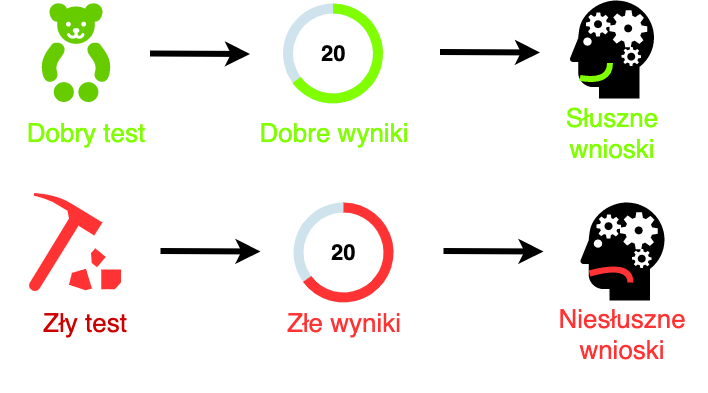
This is img/zletesty.png from odmina/psychometria, a draw.io export, as it was before one commit. Source tidied: cells renumbered, new cells last; positions are measured from the earlier drawing's top-left corner, leaving out a move shared by most shapes. The source it was exported from:
```xml
<mxGraphModel>
  <root>
    <mxCell id="0" />
    <mxCell id="1" parent="0" />
    <mxCell id="2" style="group;" parent="1" vertex="1">
      <mxGeometry x="74.5" y="2.5" width="630" height="239.5" as="geometry" />
    </mxCell>
    <mxCell id="3" style="shape=mxgraph.signs.animals.teddy_bear;html=1;fillColor=#66CC00;strokeColor=none;verticalLabelPosition=bottom;verticalAlign=top;align=center;fontSize=26;fontColor=#CC0000;" parent="2" vertex="1">
      <mxGeometry x="-33.5" width="69" height="99" as="geometry" />
    </mxCell>
    <mxCell id="4" style="group;" parent="2" vertex="1">
      <mxGeometry x="158" y="0.5" width="200" height="190" as="geometry" />
    </mxCell>
    <mxCell id="5" style="verticalLabelPosition=bottom;verticalAlign=top;html=1;shape=mxgraph.basic.donut;dx=10;strokeColor=none;fillColor=#10739E;fontSize=10;fontColor=#000000;align=center;fillOpacity=20;" parent="4" vertex="1">
      <mxGeometry x="50" width="100" height="100" as="geometry" />
    </mxCell>
    <mxCell id="6" value="20" style="verticalLabelPosition=middle;verticalAlign=middle;html=1;shape=mxgraph.basic.partConcEllipse;startAngle=0;endAngle=0.65;arcWidth=0.2;strokeColor=none;fillColor=#80FF00;fontSize=22;fontColor=#000000;align=center;fontStyle=1;" parent="5" vertex="1">
      <mxGeometry width="100" height="100" as="geometry" />
    </mxCell>
    <mxCell id="7" value="Dobre wyniki" style="text;html=1;strokeColor=none;fillColor=none;align=center;verticalAlign=middle;whiteSpace=wrap;rounded=0;fontSize=26;fontColor=#80FF00;" parent="4" vertex="1">
      <mxGeometry x="15" y="119.5" width="170" height="20" as="geometry" />
    </mxCell>
    <mxCell id="8" style="shape=mxgraph.signs.healthcare.mental_health;html=1;fillColor=#000000;strokeColor=none;verticalLabelPosition=bottom;verticalAlign=top;align=center;" parent="2" vertex="1">
      <mxGeometry x="495" y="-2.5" width="84" height="98" as="geometry" />
    </mxCell>
    <mxCell id="9" style="curved=1;endArrow=none;html=1;strokeWidth=6;fillColor=#67AB9F;fontSize=26;fontColor=#FF3333;endFill=0;strokeColor=#80FF00;" parent="2" edge="1">
      <mxGeometry relative="1" as="geometry">
        <mxPoint x="505" y="75" as="sourcePoint" />
        <mxPoint x="535" y="60" as="targetPoint" />
        <Array as="points">
          <mxPoint x="535" y="80" />
        </Array>
      </mxGeometry>
    </mxCell>
    <mxCell id="10" style="endArrow=classic;html=1;strokeColor=#000000;strokeWidth=6;fillColor=#67AB9F;fontSize=26;fontColor=#FF3333;" parent="2" edge="1">
      <mxGeometry relative="1" as="geometry">
        <mxPoint x="75" y="50.5" as="sourcePoint" />
        <mxPoint x="175" y="51" as="targetPoint" />
      </mxGeometry>
    </mxCell>
    <mxCell id="11" style="endArrow=classic;html=1;strokeColor=#000000;strokeWidth=6;fillColor=#67AB9F;fontSize=26;fontColor=#FF3333;" parent="2" edge="1">
      <mxGeometry relative="1" as="geometry">
        <mxPoint x="365" y="49" as="sourcePoint" />
        <mxPoint x="465" y="49.5" as="targetPoint" />
      </mxGeometry>
    </mxCell>
    <mxCell id="12" value="Słuszne wnioski" style="text;html=1;strokeColor=none;fillColor=none;align=center;verticalAlign=middle;whiteSpace=wrap;rounded=0;fontSize=26;fontColor=#80FF00;" parent="2" vertex="1">
      <mxGeometry x="452" y="120" width="170" height="20" as="geometry" />
    </mxCell>
    <mxCell id="13" value="Zły test" style="text;html=1;strokeColor=none;fillColor=none;align=center;verticalAlign=middle;whiteSpace=wrap;rounded=0;fontSize=26;fontColor=#CC0000;" parent="1" vertex="1">
      <mxGeometry y="312" width="170" height="20" as="geometry" />
    </mxCell>
    <mxCell id="14" style="shape=mxgraph.signs.sports.rock_collection;html=1;fillColor=#FF3333;strokeColor=none;verticalLabelPosition=bottom;verticalAlign=top;align=center;fontSize=26;fontColor=#CC0000;" parent="1" vertex="1">
      <mxGeometry x="28.5" y="192.5" width="92" height="98" as="geometry" />
    </mxCell>
    <mxCell id="15" value="Dobry test" style="text;html=1;strokeColor=none;fillColor=none;align=center;verticalAlign=middle;whiteSpace=wrap;rounded=0;fontSize=26;fontColor=#80FF00;" parent="1" vertex="1">
      <mxGeometry y="122" width="170" height="20" as="geometry" />
    </mxCell>
    <mxCell id="16" style="group;" parent="1" vertex="1">
      <mxGeometry x="243" y="202" width="200" height="190" as="geometry" />
    </mxCell>
    <mxCell id="17" style="verticalLabelPosition=bottom;verticalAlign=top;html=1;shape=mxgraph.basic.donut;dx=10;strokeColor=none;fillColor=#10739E;fontSize=10;fontColor=#000000;align=center;fillOpacity=20;" parent="16" vertex="1">
      <mxGeometry x="50" width="100" height="100" as="geometry" />
    </mxCell>
    <mxCell id="18" value="20" style="verticalLabelPosition=middle;verticalAlign=middle;html=1;shape=mxgraph.basic.partConcEllipse;startAngle=0;endAngle=0.65;arcWidth=0.2;strokeColor=none;fillColor=#FF3333;fontSize=22;fontColor=#000000;align=center;fontStyle=1;" parent="17" vertex="1">
      <mxGeometry width="100" height="100" as="geometry" />
    </mxCell>
    <mxCell id="19" value="Złe wyniki" style="text;html=1;strokeColor=none;fillColor=none;align=center;verticalAlign=middle;whiteSpace=wrap;rounded=0;fontSize=26;fontColor=#FF3333;" parent="16" vertex="1">
      <mxGeometry x="15" y="110" width="170" height="20" as="geometry" />
    </mxCell>
    <mxCell id="20" style="shape=mxgraph.signs.healthcare.mental_health;html=1;fillColor=#000000;strokeColor=none;verticalLabelPosition=bottom;verticalAlign=top;align=center;" parent="1" vertex="1">
      <mxGeometry x="580" y="202" width="84" height="98" as="geometry" />
    </mxCell>
    <mxCell id="21" style="curved=1;endArrow=none;html=1;strokeWidth=6;fillColor=#67AB9F;fontSize=26;fontColor=#FF3333;endFill=0;strokeColor=#FF3333;entryX=0.595;entryY=0.816;entryDx=0;entryDy=0;entryPerimeter=0;" parent="1" edge="1" target="20">
      <mxGeometry relative="1" as="geometry">
        <mxPoint x="589" y="273" as="sourcePoint" />
        <Array as="points">
          <mxPoint x="630" y="262" />
        </Array>
      </mxGeometry>
    </mxCell>
    <mxCell id="22" style="endArrow=classic;html=1;strokeColor=#000000;strokeWidth=6;fillColor=#67AB9F;fontSize=26;fontColor=#FF3333;" parent="1" edge="1">
      <mxGeometry relative="1" as="geometry">
        <mxPoint x="160" y="250.5" as="sourcePoint" />
        <mxPoint x="260" y="251" as="targetPoint" />
      </mxGeometry>
    </mxCell>
    <mxCell id="23" style="endArrow=classic;html=1;strokeColor=#000000;strokeWidth=6;fillColor=#67AB9F;fontSize=26;fontColor=#FF3333;" parent="1" edge="1">
      <mxGeometry relative="1" as="geometry">
        <mxPoint x="443" y="250.5" as="sourcePoint" />
        <mxPoint x="543" y="251" as="targetPoint" />
      </mxGeometry>
    </mxCell>
    <mxCell id="24" value="Niesłuszne wnioski" style="text;html=1;strokeColor=none;fillColor=none;align=center;verticalAlign=middle;whiteSpace=wrap;rounded=0;fontSize=26;fontColor=#FF3333;" parent="1" vertex="1">
      <mxGeometry x="537" y="324" width="170" height="20" as="geometry" />
    </mxCell>
  </root>
</mxGraphModel>
```
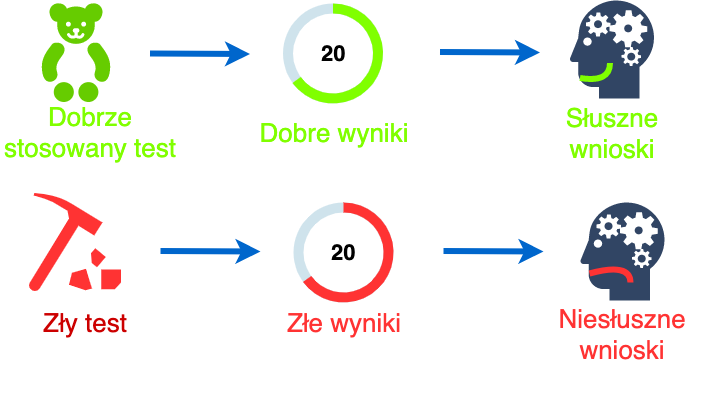
After the commit.

What changed in the source:
```diff
@@ -20,7 +20,7 @@
     <mxCell id="7" value="Dobre wyniki" style="text;html=1;strokeColor=none;fillColor=none;align=center;verticalAlign=middle;whiteSpace=wrap;rounded=0;fontSize=26;fontColor=#80FF00;" parent="4" vertex="1">
       <mxGeometry x="15" y="119.5" width="170" height="20" as="geometry" />
     </mxCell>
-    <mxCell id="8" style="shape=mxgraph.signs.healthcare.mental_health;html=1;fillColor=#000000;strokeColor=none;verticalLabelPosition=bottom;verticalAlign=top;align=center;" parent="2" vertex="1">
+    <mxCell id="8" style="shape=mxgraph.signs.healthcare.mental_health;html=1;fillColor=#314564;strokeColor=none;verticalLabelPosition=bottom;verticalAlign=top;align=center;" parent="2" vertex="1">
       <mxGeometry x="495" y="-2.5" width="84" height="98" as="geometry" />
     </mxCell>
     <mxCell id="9" style="curved=1;endArrow=none;html=1;strokeWidth=6;fillColor=#67AB9F;fontSize=26;fontColor=#FF3333;endFill=0;strokeColor=#80FF00;" parent="2" edge="1">
@@ -32,13 +32,13 @@
         </Array>
       </mxGeometry>
     </mxCell>
-    <mxCell id="10" style="endArrow=classic;html=1;strokeColor=#000000;strokeWidth=6;fillColor=#67AB9F;fontSize=26;fontColor=#FF3333;" parent="2" edge="1">
+    <mxCell id="10" style="endArrow=classic;html=1;strokeColor=#0066CC;strokeWidth=6;fillColor=#67AB9F;fontSize=26;fontColor=#FF3333;" parent="2" edge="1">
       <mxGeometry relative="1" as="geometry">
         <mxPoint x="75" y="50.5" as="sourcePoint" />
         <mxPoint x="175" y="51" as="targetPoint" />
       </mxGeometry>
     </mxCell>
-    <mxCell id="11" style="endArrow=classic;html=1;strokeColor=#000000;strokeWidth=6;fillColor=#67AB9F;fontSize=26;fontColor=#FF3333;" parent="2" edge="1">
+    <mxCell id="11" style="endArrow=classic;html=1;strokeColor=#0066CC;strokeWidth=6;fillColor=#67AB9F;fontSize=26;fontColor=#FF3333;" parent="2" edge="1">
       <mxGeometry relative="1" as="geometry">
         <mxPoint x="365" y="49" as="sourcePoint" />
         <mxPoint x="465" y="49.5" as="targetPoint" />
@@ -53,8 +53,8 @@
     <mxCell id="14" style="shape=mxgraph.signs.sports.rock_collection;html=1;fillColor=#FF3333;strokeColor=none;verticalLabelPosition=bottom;verticalAlign=top;align=center;fontSize=26;fontColor=#CC0000;" parent="1" vertex="1">
       <mxGeometry x="28.5" y="192.5" width="92" height="98" as="geometry" />
     </mxCell>
-    <mxCell id="15" value="Dobry test" style="text;html=1;strokeColor=none;fillColor=none;align=center;verticalAlign=middle;whiteSpace=wrap;rounded=0;fontSize=26;fontColor=#80FF00;" parent="1" vertex="1">
-      <mxGeometry y="122" width="170" height="20" as="geometry" />
+    <mxCell id="15" value="Dobrze stosowany test" style="text;html=1;strokeColor=none;fillColor=none;align=center;verticalAlign=middle;whiteSpace=wrap;rounded=0;fontSize=26;fontColor=#80FF00;" parent="1" vertex="1">
+      <mxGeometry y="122" width="180" height="20" as="geometry" />
     </mxCell>
     <mxCell id="16" style="group;" parent="1" vertex="1">
       <mxGeometry x="243" y="202" width="200" height="190" as="geometry" />
@@ -68,7 +68,7 @@
     <mxCell id="19" value="Złe wyniki" style="text;html=1;strokeColor=none;fillColor=none;align=center;verticalAlign=middle;whiteSpace=wrap;rounded=0;fontSize=26;fontColor=#FF3333;" parent="16" vertex="1">
       <mxGeometry x="15" y="110" width="170" height="20" as="geometry" />
     </mxCell>
-    <mxCell id="20" style="shape=mxgraph.signs.healthcare.mental_health;html=1;fillColor=#000000;strokeColor=none;verticalLabelPosition=bottom;verticalAlign=top;align=center;" parent="1" vertex="1">
+    <mxCell id="20" style="shape=mxgraph.signs.healthcare.mental_health;html=1;fillColor=#314564;strokeColor=none;verticalLabelPosition=bottom;verticalAlign=top;align=center;" parent="1" vertex="1">
       <mxGeometry x="580" y="202" width="84" height="98" as="geometry" />
     </mxCell>
     <mxCell id="21" style="curved=1;endArrow=none;html=1;strokeWidth=6;fillColor=#67AB9F;fontSize=26;fontColor=#FF3333;endFill=0;strokeColor=#FF3333;entryX=0.595;entryY=0.816;entryDx=0;entryDy=0;entryPerimeter=0;" parent="1" edge="1" target="20">
@@ -79,13 +79,13 @@
         </Array>
       </mxGeometry>
     </mxCell>
-    <mxCell id="22" style="endArrow=classic;html=1;strokeColor=#000000;strokeWidth=6;fillColor=#67AB9F;fontSize=26;fontColor=#FF3333;" parent="1" edge="1">
+    <mxCell id="22" style="endArrow=classic;html=1;strokeColor=#0066CC;strokeWidth=6;fillColor=#67AB9F;fontSize=26;fontColor=#FF3333;" parent="1" edge="1">
       <mxGeometry relative="1" as="geometry">
         <mxPoint x="160" y="250.5" as="sourcePoint" />
         <mxPoint x="260" y="251" as="targetPoint" />
       </mxGeometry>
     </mxCell>
-    <mxCell id="23" style="endArrow=classic;html=1;strokeColor=#000000;strokeWidth=6;fillColor=#67AB9F;fontSize=26;fontColor=#FF3333;" parent="1" edge="1">
+    <mxCell id="23" style="endArrow=classic;html=1;strokeColor=#0066CC;strokeWidth=6;fillColor=#67AB9F;fontSize=26;fontColor=#FF3333;" parent="1" edge="1">
       <mxGeometry relative="1" as="geometry">
         <mxPoint x="443" y="250.5" as="sourcePoint" />
         <mxPoint x="543" y="251" as="targetPoint" />
```
